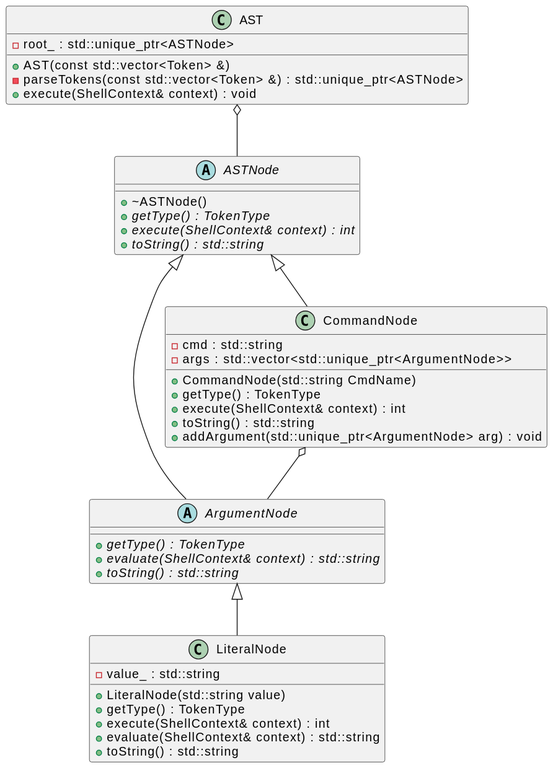
Before: img/ast.svg, a diagram exported from PlantUML (babaid/dezsh). Source of this version:
```plantuml
@startuml

class AST {
	+AST(const std::vector<Token> &)
	-parseTokens(const std::vector<Token> &) : std::unique_ptr<ASTNode>
	-root_ : std::unique_ptr<ASTNode>
	+execute(ShellContext& context) : void
}


abstract class ASTNode {
	+~ASTNode()
	+{abstract} getType() : TokenType
	+{abstract} execute(ShellContext& context) : int
	+{abstract} toString() : std::string
}


abstract class ArgumentNode {
	+{abstract} getType() : TokenType
	+{abstract} evaluate(ShellContext& context) : std::string
	+{abstract} toString() : std::string
}


class CommandNode {
	+CommandNode(std::string CmdName)
	+getType() : TokenType
	+execute(ShellContext& context) : int
	-cmd : std::string
	+toString() : std::string
	-args : std::vector<std::unique_ptr<ArgumentNode>>
	+addArgument(std::unique_ptr<ArgumentNode> arg) : void
}




class LiteralNode {
	+LiteralNode(std::string value)
	+getType() : TokenType
	+execute(ShellContext& context) : int
	+evaluate(ShellContext& context) : std::string
	+toString() : std::string
	-value_ : std::string
}








ASTNode <|-- ArgumentNode


ASTNode <|-- CommandNode


ArgumentNode <|-- LiteralNode







AST o-- ASTNode


CommandNode o-- ArgumentNode
@enduml
```
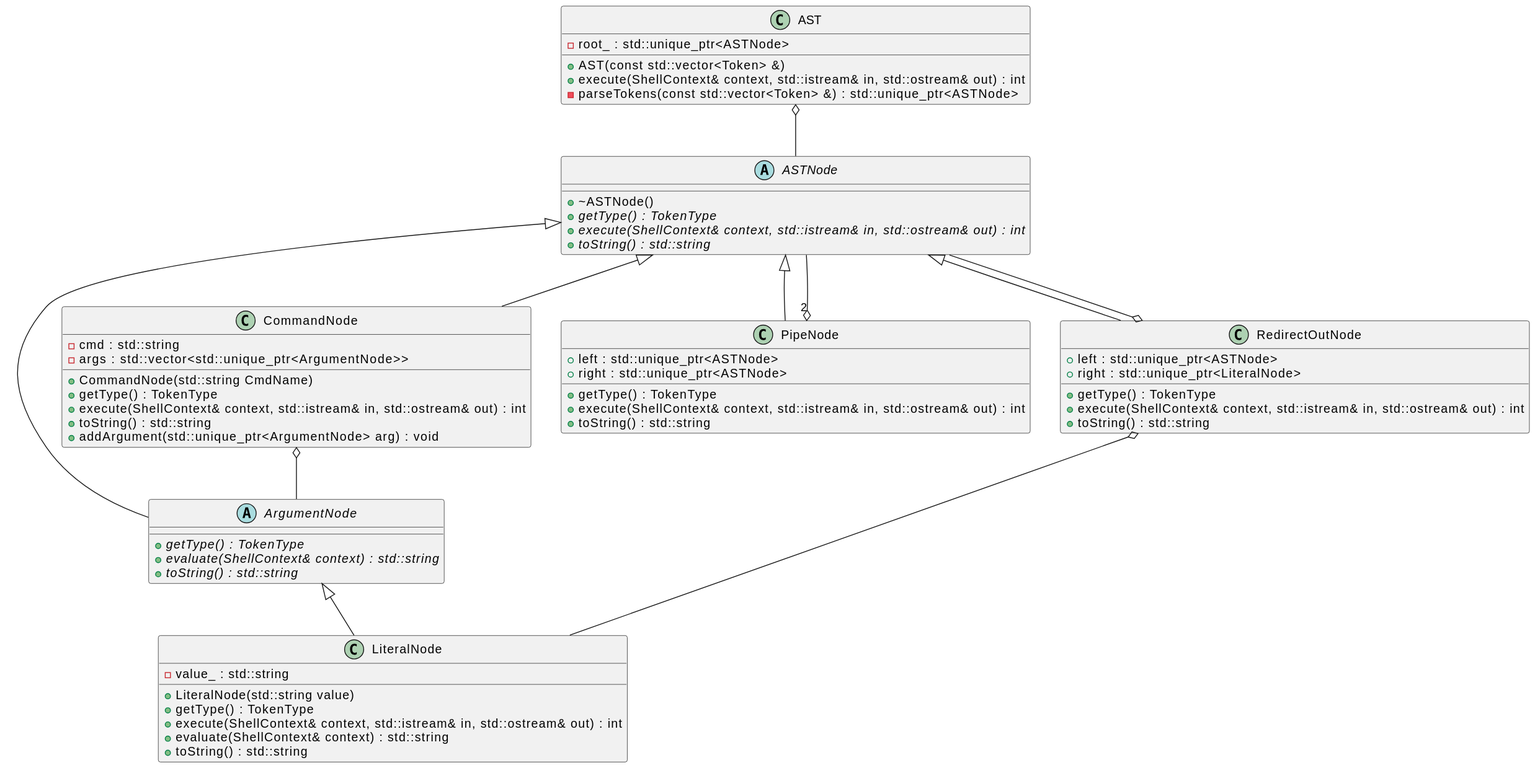
After the commit.

The edit, as a diff of the source:
```diff
@@ -2,16 +2,16 @@
 
 class AST {
 	+AST(const std::vector<Token> &)
+	+execute(ShellContext& context, std::istream& in, std::ostream& out) : int
 	-parseTokens(const std::vector<Token> &) : std::unique_ptr<ASTNode>
 	-root_ : std::unique_ptr<ASTNode>
-	+execute(ShellContext& context) : void
 }
 
 
 abstract class ASTNode {
 	+~ASTNode()
 	+{abstract} getType() : TokenType
-	+{abstract} execute(ShellContext& context) : int
+	+{abstract} execute(ShellContext& context, std::istream& in, std::ostream& out) : int
 	+{abstract} toString() : std::string
 }
 
@@ -26,7 +26,7 @@
 class CommandNode {
 	+CommandNode(std::string CmdName)
 	+getType() : TokenType
-	+execute(ShellContext& context) : int
+	+execute(ShellContext& context, std::istream& in, std::ostream& out) : int
 	-cmd : std::string
 	+toString() : std::string
 	-args : std::vector<std::unique_ptr<ArgumentNode>>
@@ -35,20 +35,32 @@
 
 
 
-
 class LiteralNode {
 	+LiteralNode(std::string value)
 	+getType() : TokenType
-	+execute(ShellContext& context) : int
+	+execute(ShellContext& context, std::istream& in, std::ostream& out) : int
 	+evaluate(ShellContext& context) : std::string
 	+toString() : std::string
 	-value_ : std::string
 }
 
 
+class PipeNode {
+	+getType() : TokenType
+	+execute(ShellContext& context, std::istream& in, std::ostream& out) : int
+	+toString() : std::string
+	+left : std::unique_ptr<ASTNode>
+	+right : std::unique_ptr<ASTNode>
+}
 
 
-
+class RedirectOutNode {
+	+getType() : TokenType
+	+execute(ShellContext& context, std::istream& in, std::ostream& out) : int
+	+toString() : std::string
+	+left : std::unique_ptr<ASTNode>
+	+right : std::unique_ptr<LiteralNode>
+}
 
 
 
@@ -58,7 +70,14 @@
 ASTNode <|-- CommandNode
 
 
+ASTNode <|-- PipeNode
+
+
+ASTNode <|-- RedirectOutNode
+
+
 ArgumentNode <|-- LiteralNode
+
 
 
 
@@ -70,4 +89,22 @@
 
 
 CommandNode o-- ArgumentNode
+
+
+PipeNode "2" o-- ASTNode
+
+
+RedirectOutNode o-- ASTNode
+
+
+RedirectOutNode o-- LiteralNode
+
+
+
+
+
+
+
+
+
 @enduml
```
